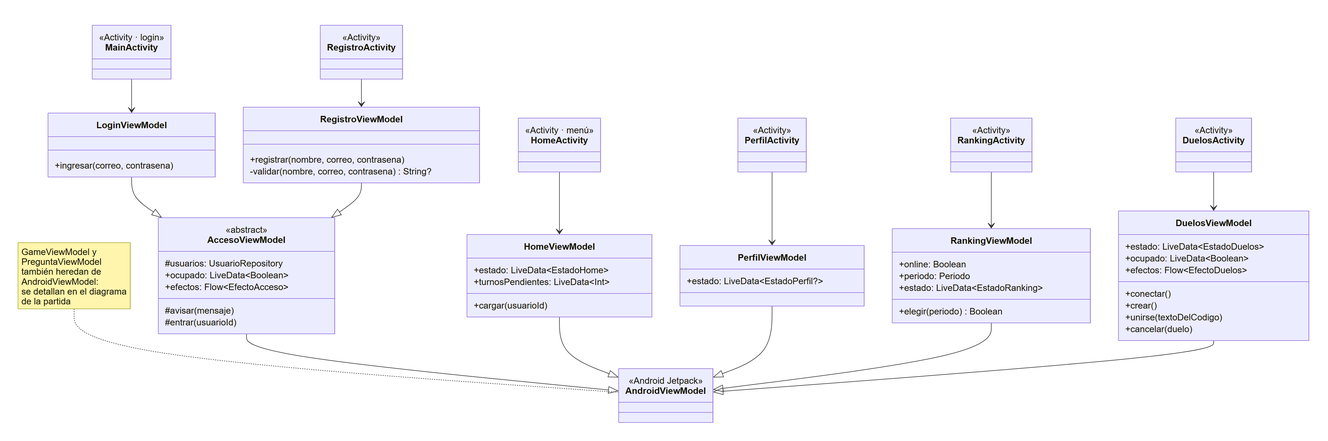
Above: docs/diagramas/04-pantallas-y-viewmodels.png in sobas2785/Quizzly (Mermaid), before the change. Its source is kept beside it as docs/diagramas/04-pantallas-y-viewmodels.mmd.
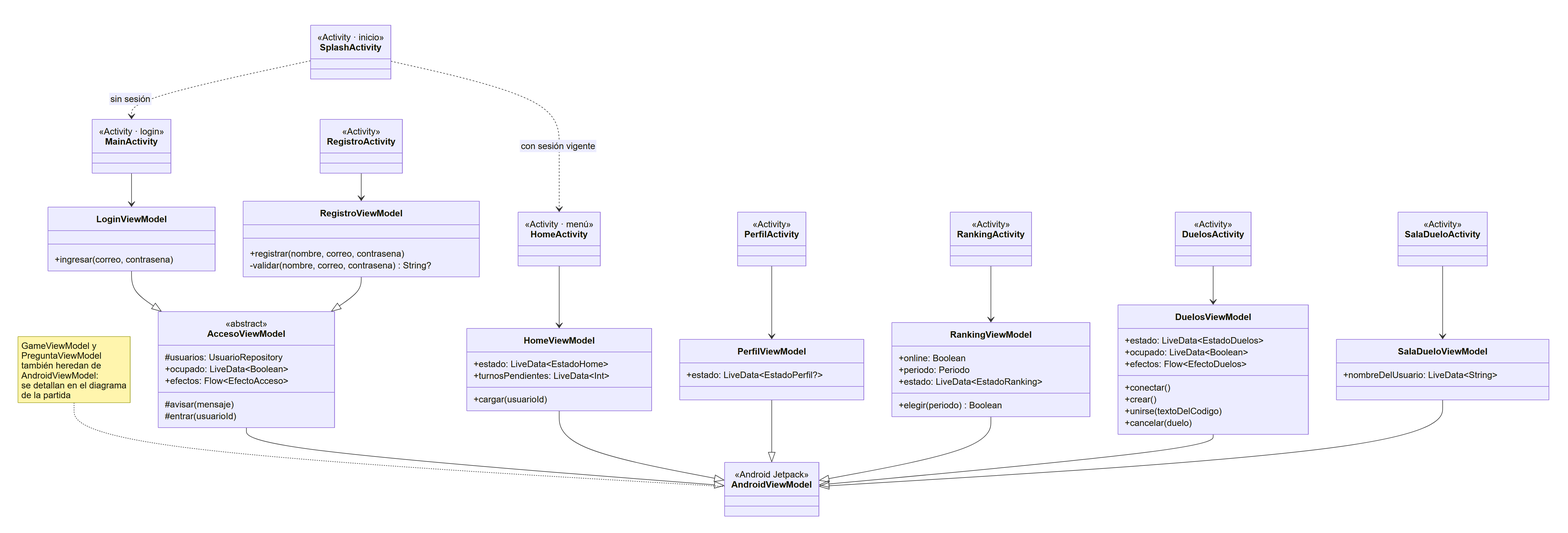
Above is the later version.

Change to the diagram source:
```diff
@@ -1,8 +1,14 @@
 classDiagram
     direction TB
 
+    class SplashActivity {
+        <<Activity · inicio>>
+    }
     class MainActivity {
         <<Activity · login>>
+    }
+    class SalaDueloActivity {
+        <<Activity>>
     }
     class RegistroActivity {
         <<Activity>>
@@ -52,6 +58,10 @@
         +estado: LiveData~EstadoPerfil?~
     }
 
+    class SalaDueloViewModel {
+        +nombreDelUsuario: LiveData~String~
+    }
+
     class RankingViewModel {
         +online: Boolean
         +periodo: Periodo
@@ -69,9 +79,12 @@
         +cancelar(duelo)
     }
 
+    SplashActivity ..> MainActivity : sin sesión
+    SplashActivity ..> HomeActivity : con sesión vigente
     MainActivity --> LoginViewModel
     RegistroActivity --> RegistroViewModel
     HomeActivity --> HomeViewModel
+    SalaDueloActivity --> SalaDueloViewModel
     PerfilActivity --> PerfilViewModel
     RankingActivity --> RankingViewModel
     DuelosActivity --> DuelosViewModel
@@ -83,5 +96,6 @@
     PerfilViewModel --|> AndroidViewModel
     RankingViewModel --|> AndroidViewModel
     DuelosViewModel --|> AndroidViewModel
+    SalaDueloViewModel --|> AndroidViewModel
 
     note for AndroidViewModel "GameViewModel y PreguntaViewModel<br/>también heredan de AndroidViewModel:<br/>se detallan en el diagrama de la partida"
```
